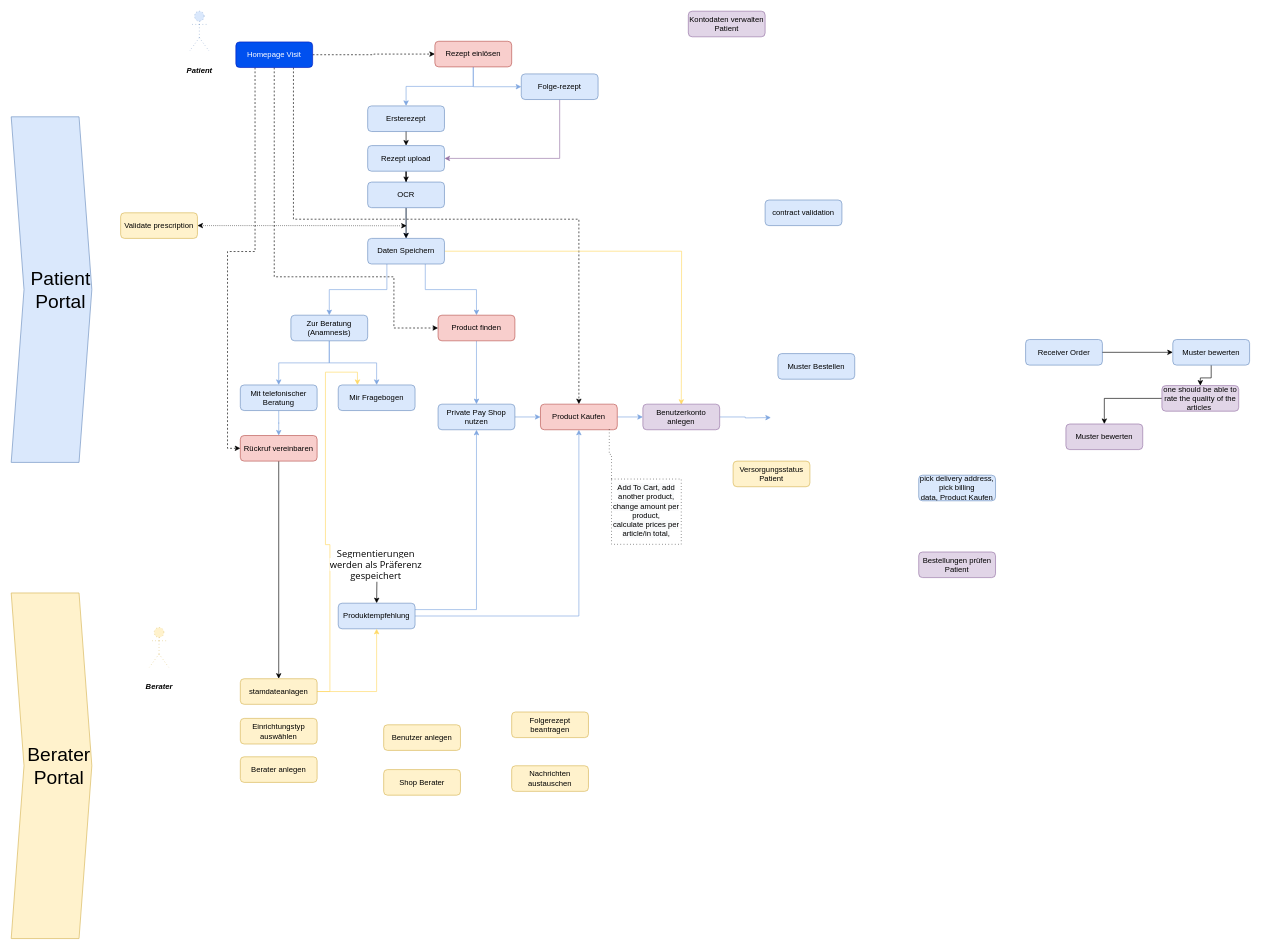
Above: page "Overview" (1 of 5) of Untitled Diagram.drawio in Fredabb/MediMark-roadmap (draw.io), before the change. Source tidied: cells renumbered, new cells numbered last; positions are measured from the earlier drawing's top-left corner, leaving out a move shared by most shapes. Both pictures are drawn from the tidied source at 64%, with x=0, y=0 at pixel (11, 11).
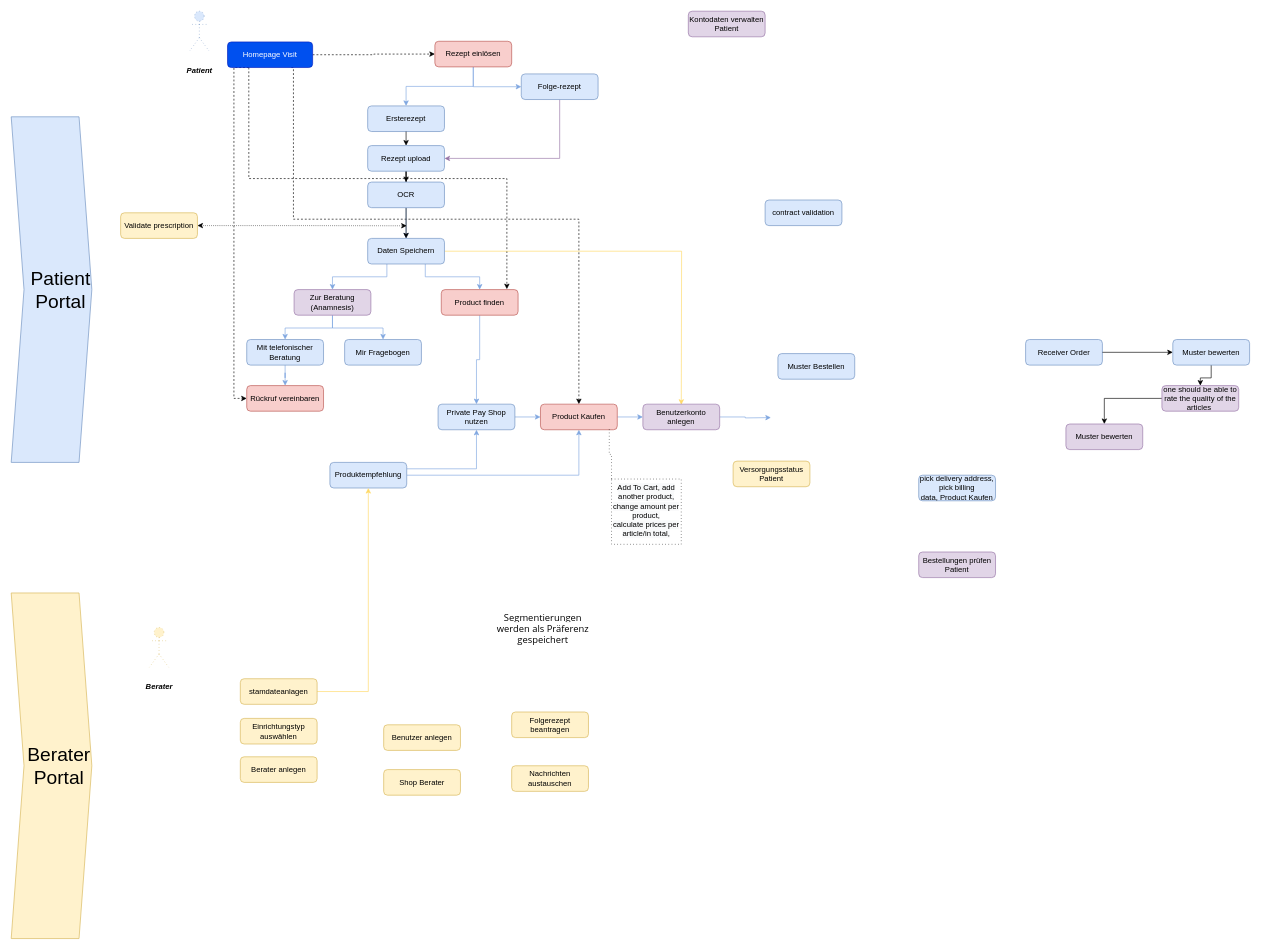
The same diagram, later.

Unchanged cells that the change refers to:
```xml
<mxCell id="35" value="stamdateanlagen" style="rounded=1;whiteSpace=wrap;html=1;fontSize=12;glass=0;strokeWidth=1;shadow=0;fillColor=#fff2cc;strokeColor=#d6b656;" parent="1" vertex="1">
  <mxGeometry x="358" y="1043" width="120" height="40" as="geometry" />
</mxCell>
<mxCell id="51" value="Product Kaufen" style="rounded=1;whiteSpace=wrap;html=1;fontSize=12;glass=0;strokeWidth=1;shadow=0;fillColor=#f8cecc;strokeColor=#b85450;" parent="1" vertex="1">
  <mxGeometry x="827" y="614" width="120" height="40" as="geometry" />
</mxCell>
```

What changed in the source:
```diff
@@
+    <mxCell id="5" style="edgeStyle=orthogonalEdgeStyle;rounded=0;jettySize=auto;html=1;exitX=0.75;exitY=1;exitDx=0;exitDy=0;dashed=1;entryX=0.5;entryY=0;entryDx=0;entryDy=0;" parent="1" edge="1" source="6" target="51">
+      <mxGeometry relative="1" as="geometry">
+        <Array as="points">
+          <mxPoint x="441" y="325" />
+          <mxPoint x="887" y="325" />
+        </Array>
+      </mxGeometry>
+    </mxCell>
+    <mxCell id="4" style="edgeStyle=orthogonalEdgeStyle;rounded=0;jettySize=auto;html=1;exitX=0.25;exitY=1;exitDx=0;exitDy=0;entryX=0;entryY=0.5;entryDx=0;entryDy=0;startArrow=none;startFill=0;strokeColor=#000000;dashed=1;" parent="1" edge="1" source="6" target="45">
+      <mxGeometry relative="1" as="geometry">
+        <Array as="points">
+          <mxPoint x="348" y="88" />
+          <mxPoint x="348" y="605" />
+        </Array>
+      </mxGeometry>
+    </mxCell>
-    <mxCell id="3" style="edgeStyle=orthogonalEdgeStyle;rounded=0;jettySize=auto;html=1;exitX=0.5;exitY=1;exitDx=0;exitDy=0;entryX=0;entryY=0.5;entryDx=0;entryDy=0;dashed=1;" parent="1" edge="1" source="6" target="32">
-      <mxGeometry relative="1" as="geometry">
-        <Array as="points">
-          <mxPoint x="411" y="415" />
-          <mxPoint x="598" y="415" />
-          <mxPoint x="598" y="495" />
-        </Array>
-      </mxGeometry>
+    <mxCell id="3" style="edgeStyle=orthogonalEdgeStyle;rounded=0;jettySize=auto;html=1;exitX=0.25;exitY=1;exitDx=0;exitDy=0;entryX=0.854;entryY=-0.017;entryDx=0;entryDy=0;entryPerimeter=0;dashed=1;startArrow=none;startFill=0;strokeColor=#000000;" parent="1" edge="1" source="6" target="32">
+      <mxGeometry relative="1" as="geometry" />
     </mxCell>
-    <mxCell id="4" style="edgeStyle=orthogonalEdgeStyle;rounded=0;jettySize=auto;html=1;exitX=0.25;exitY=1;exitDx=0;exitDy=0;entryX=0;entryY=0.5;entryDx=0;entryDy=0;strokeColor=#000000;fontSize=30;dashed=1;" parent="1" edge="1" source="6" target="45">
-      <mxGeometry relative="1" as="geometry" />
-    </mxCell>
-    <mxCell id="5" style="edgeStyle=orthogonalEdgeStyle;rounded=0;jettySize=auto;html=1;exitX=0.75;exitY=1;exitDx=0;exitDy=0;dashed=1;entryX=0.5;entryY=0;entryDx=0;entryDy=0;" parent="1" edge="1" source="6" target="51">
-      <mxGeometry relative="1" as="geometry">
-        <Array as="points">
-          <mxPoint x="441" y="325" />
-          <mxPoint x="887" y="325" />
-        </Array>
-      </mxGeometry>
-    </mxCell>
     <mxCell id="6" value="Homepage Visit" style="rounded=1;whiteSpace=wrap;html=1;fontSize=12;glass=0;strokeWidth=1;shadow=0;fillColor=#0050ef;strokeColor=#001DBC;fontColor=#ffffff;" parent="1" vertex="1">
-      <mxGeometry x="351" y="48" width="120" height="40" as="geometry" />
+      <mxGeometry x="338" y="48" width="133" height="40" as="geometry" />
     </mxCell>
@@
     <mxCell id="12" value="Mir Fragebogen" style="rounded=1;whiteSpace=wrap;html=1;fontSize=12;glass=0;strokeWidth=1;shadow=0;fillColor=#dae8fc;strokeColor=#6c8ebf;" parent="1" vertex="1">
-      <mxGeometry x="511" y="584" width="120" height="40" as="geometry" />
+      <mxGeometry x="521" y="513" width="120" height="40" as="geometry" />
     </mxCell>
-    <mxCell id="13" style="edgeStyle=orthogonalEdgeStyle;rounded=0;jettySize=auto;html=1;exitX=0.5;exitY=1;exitDx=0;exitDy=0;entryX=0.5;entryY=0;entryDx=0;entryDy=0;strokeColor=#000000;" parent="1" edge="1" target="16">
-      <mxGeometry relative="1" as="geometry">
-        <mxPoint x="571" y="838.5" as="sourcePoint" />
-      </mxGeometry>
-    </mxCell>
@@
     <mxCell id="16" value="Produktempfehlung" style="rounded=1;whiteSpace=wrap;html=1;fontSize=12;glass=0;strokeWidth=1;shadow=0;fillColor=#dae8fc;strokeColor=#6c8ebf;" parent="1" vertex="1">
-      <mxGeometry x="511" y="925" width="120" height="40" as="geometry" />
+      <mxGeometry x="498" y="705" width="120" height="40" as="geometry" />
     </mxCell>
@@
-    <mxCell id="30" value="Zur Beratung (Anamnesis)" style="rounded=1;whiteSpace=wrap;html=1;fontSize=12;glass=0;strokeWidth=1;shadow=0;fillColor=#dae8fc;strokeColor=#6c8ebf;" parent="1" vertex="1">
-      <mxGeometry x="437" y="475" width="120" height="40" as="geometry" />
+    <mxCell id="30" value="Zur Beratung (Anamnesis)" style="rounded=1;whiteSpace=wrap;html=1;fontSize=12;glass=0;strokeWidth=1;shadow=0;fillColor=#e1d5e7;strokeColor=#9673a6;" parent="1" vertex="1">
+      <mxGeometry x="442" y="435" width="120" height="40" as="geometry" />
     </mxCell>
@@
     <mxCell id="32" value="Product finden" style="rounded=1;whiteSpace=wrap;html=1;fontSize=12;glass=0;strokeWidth=1;shadow=0;fillColor=#f8cecc;strokeColor=#b85450;" parent="1" vertex="1">
-      <mxGeometry x="667" y="475" width="120" height="40" as="geometry" />
+      <mxGeometry x="672" y="435" width="120" height="40" as="geometry" />
     </mxCell>
@@
-    <mxCell id="34" style="edgeStyle=orthogonalEdgeStyle;rounded=0;jettySize=auto;html=1;exitX=1;exitY=0.5;exitDx=0;exitDy=0;entryX=0.25;entryY=0;entryDx=0;entryDy=0;strokeColor=#FFD966;" parent="1" edge="1" source="35" target="12">
-      <mxGeometry relative="1" as="geometry" />
-    </mxCell>
@@
     <mxCell id="41" value="Mit telefonischer Beratung" style="rounded=1;whiteSpace=wrap;html=1;fillColor=#dae8fc;strokeColor=#6c8ebf;" parent="1" vertex="1">
-      <mxGeometry x="358" y="584" width="120" height="40" as="geometry" />
+      <mxGeometry x="368" y="513" width="120" height="40" as="geometry" />
     </mxCell>
@@
-    <mxCell id="44" style="edgeStyle=orthogonalEdgeStyle;rounded=0;jettySize=auto;html=1;exitX=0.5;exitY=1;exitDx=0;exitDy=0;entryX=0.5;entryY=0;entryDx=0;entryDy=0;fontSize=30;" parent="1" edge="1" source="45" target="35">
-      <mxGeometry relative="1" as="geometry" />
-    </mxCell>
     <mxCell id="45" value="Rückruf vereinbaren" style="rounded=1;whiteSpace=wrap;html=1;fillColor=#f8cecc;strokeColor=#b85450;" parent="1" vertex="1">
-      <mxGeometry x="358" y="663" width="120" height="40" as="geometry" />
+      <mxGeometry x="368" y="585" width="120" height="40" as="geometry" />
     </mxCell>
@@
     <mxCell id="55" value="&lt;span style=&quot;font-family: &amp;#34;calibri&amp;#34; , &amp;#34;segoe ui&amp;#34; , &amp;#34;calibri&amp;#34; , &amp;#34;thonburi&amp;#34; , &amp;#34;arial&amp;#34; , &amp;#34;verdana&amp;#34; , sans-serif , &amp;#34;mongolian baiti&amp;#34; , &amp;#34;microsoft yi baiti&amp;#34; , &amp;#34;javanese text&amp;#34; ; font-size: 14.6667px ; background-color: rgb(255 , 255 , 255)&quot;&gt;Segmentierungen werden als Präferenz gespeichert&lt;/span&gt;" style="rounded=1;whiteSpace=wrap;html=1;fontSize=12;glass=0;strokeWidth=1;shadow=0;fillColor=none;strokeColor=none;" parent="1" vertex="1">
-      <mxGeometry x="487" y="845" width="166" height="40" as="geometry" />
+      <mxGeometry x="748" y="945" width="166" height="40" as="geometry" />
     </mxCell>
```
